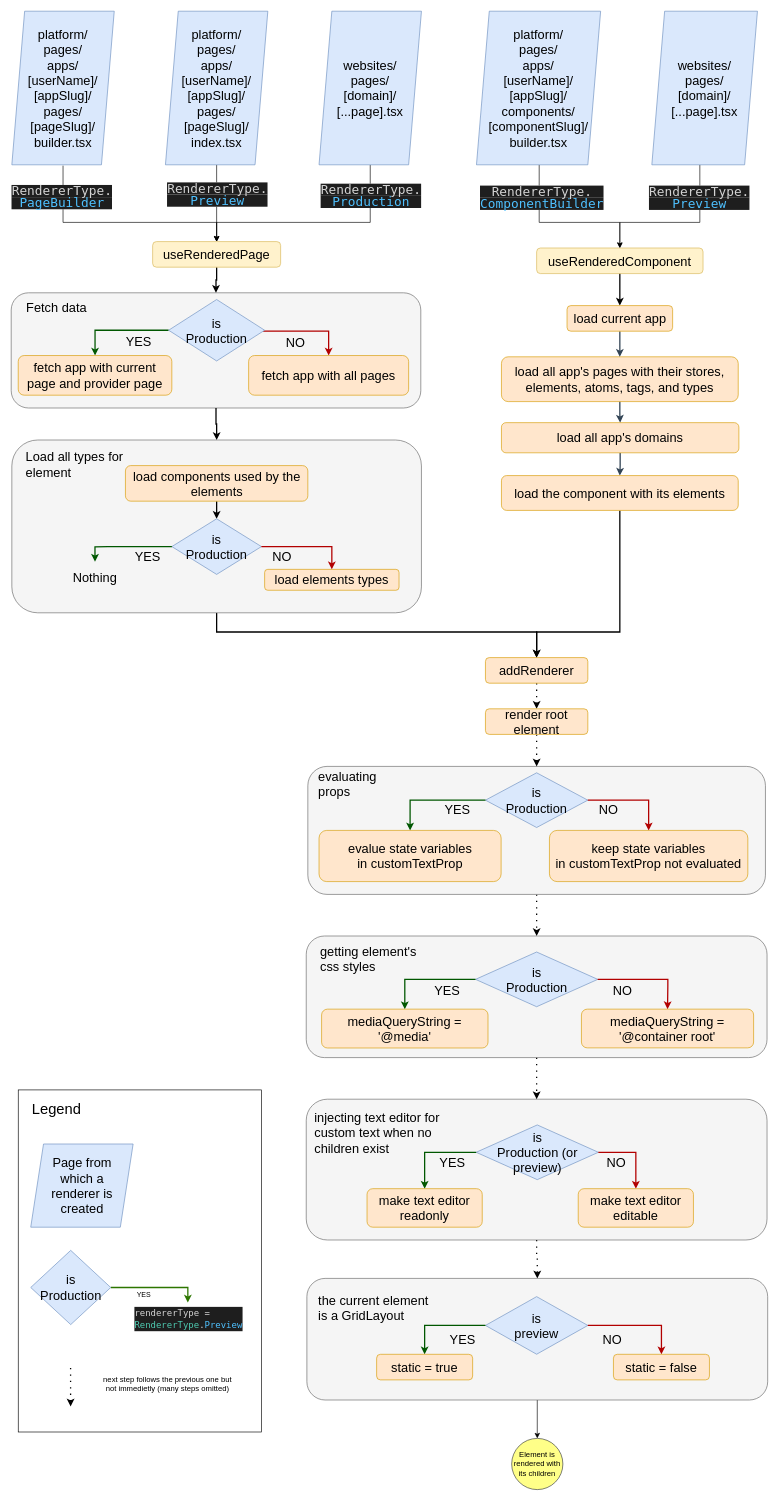
Above: page "high-level-rendering-flow" (3 of 3) of renderpipe.drawio in codelab-app/diagrams (draw.io), before the change. Source tidied: cells renumbered, new cells numbered last; positions are measured from the earlier drawing's top-left corner, leaving out a move shared by most shapes. Both pictures are drawn from the tidied source at 64%, with x=0, y=0 at pixel (11, 11).
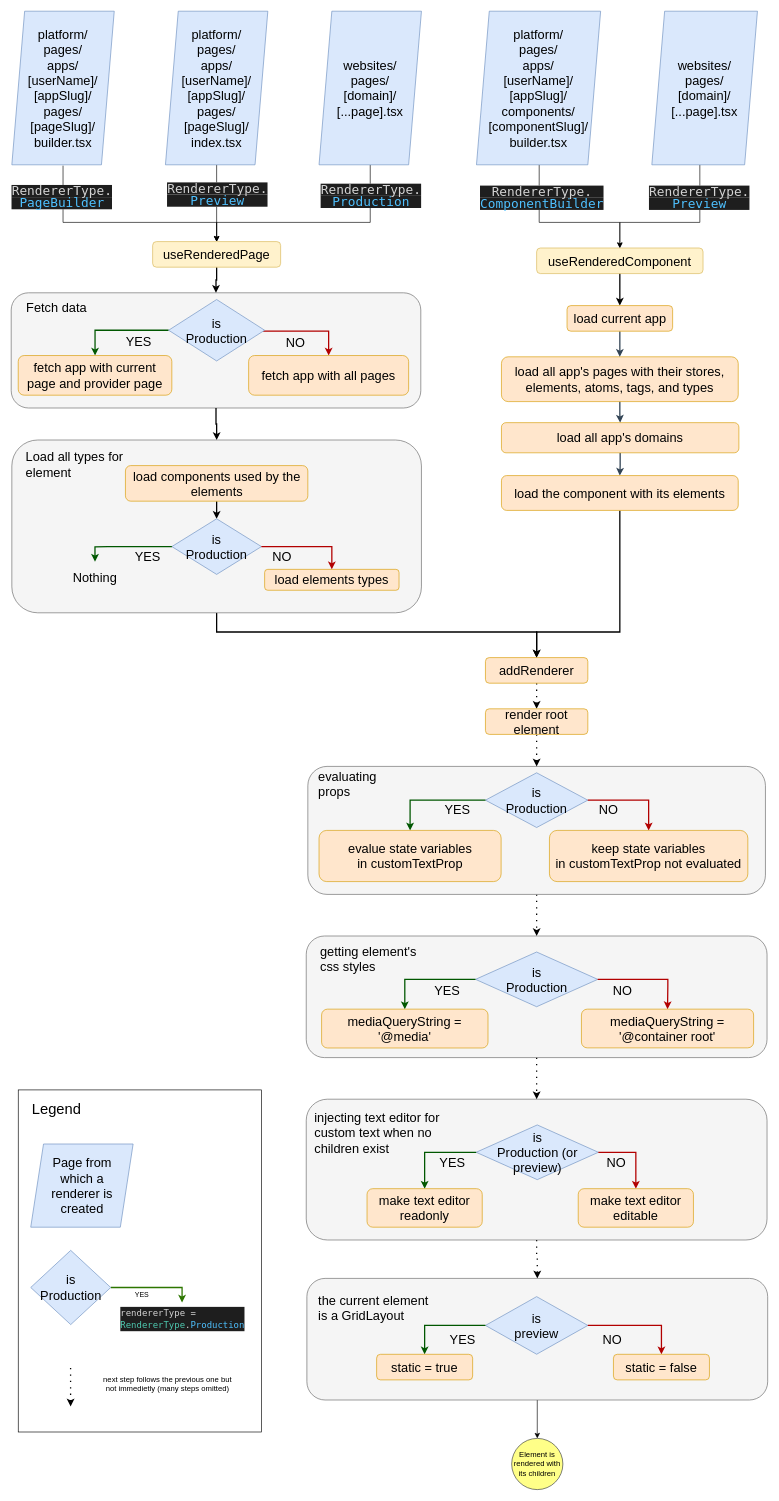
The same diagram, later.

Change to the diagram source:
```diff
@@
-    <mxCell id="102" value="&lt;div style=&quot;color: rgb(212, 212, 212); background-color: rgb(30, 30, 30); font-family: &amp;quot;Droid Sans Mono&amp;quot;, &amp;quot;monospace&amp;quot;, monospace; font-size: 14px; line-height: 19px;&quot;&gt;rendererType = &lt;span style=&quot;color: #4ec9b0;&quot;&gt;RendererType&lt;/span&gt;.&lt;span style=&quot;color: #4fc1ff;&quot;&gt;Preview&lt;/span&gt;&lt;/div&gt;" style="text;whiteSpace=wrap;html=1;" parent="1" vertex="1">
-      <mxGeometry x="191" y="2017.8" width="170" height="51.5" as="geometry" />
+    <mxCell id="102" value="&lt;div style=&quot;color: rgb(212, 212, 212); background-color: rgb(30, 30, 30); font-family: &amp;quot;Droid Sans Mono&amp;quot;, &amp;quot;monospace&amp;quot;, monospace; font-size: 14px; line-height: 19px;&quot;&gt;rendererType = &lt;span style=&quot;color: #4ec9b0;&quot;&gt;RendererType&lt;/span&gt;.&lt;span style=&quot;color: #4fc1ff;&quot;&gt;Production&lt;/span&gt;&lt;/div&gt;" style="text;whiteSpace=wrap;html=1;" parent="1" vertex="1">
+      <mxGeometry x="169" y="2017.8" width="196" height="51.5" as="geometry" />
     </mxCell>
```
